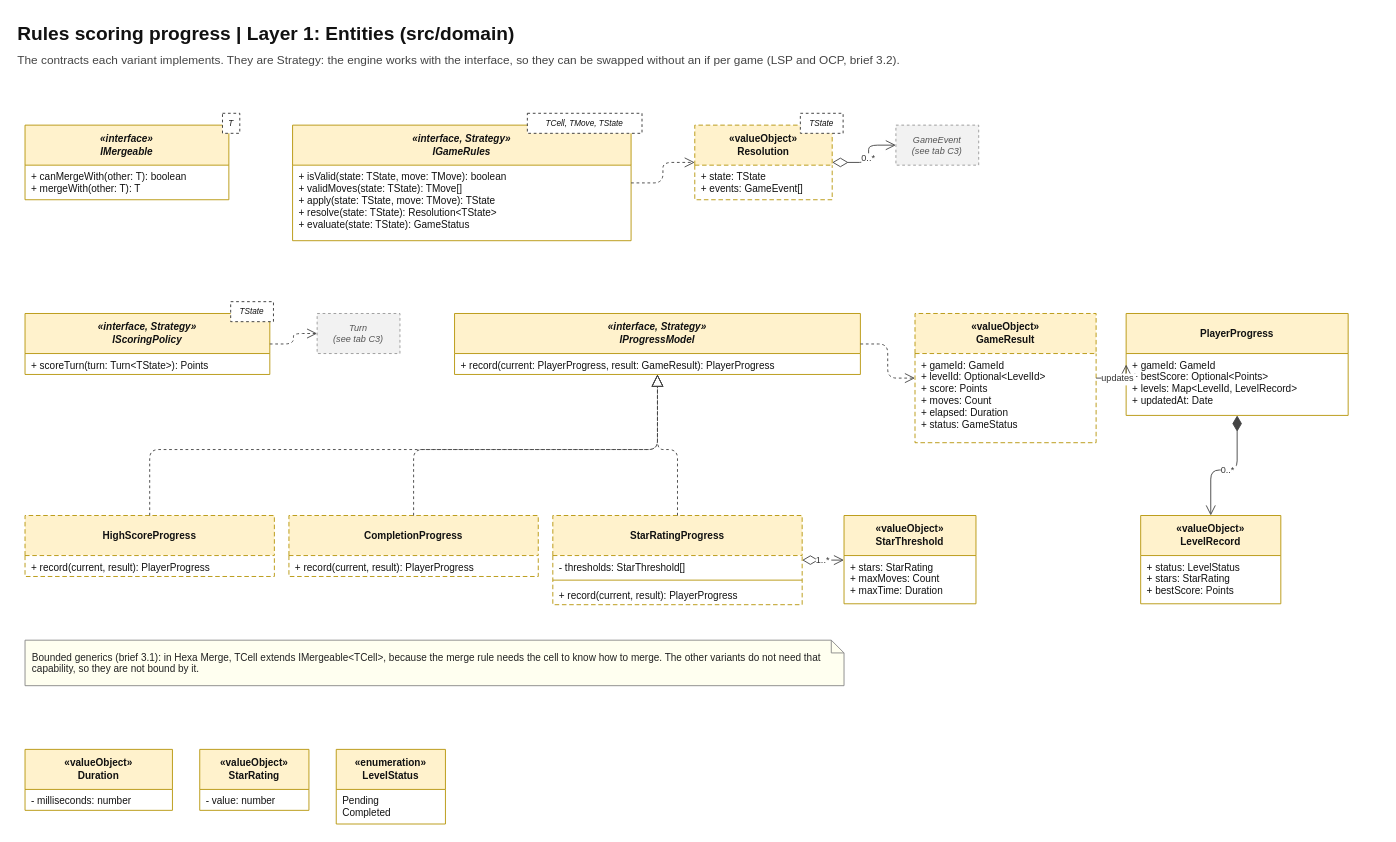
Earlier version of the draw.io diagram page "C4 Rules scoring progress" (6 of 22) of docs/diagrams/class-diagram.drawio (Ivifer1/hexablock-client). Source tidied: cells renumbered, new cells numbered last; positions are measured from the earlier drawing's top-left corner, leaving out a move shared by most shapes. Both pictures are drawn from the tidied source at 91%, with x=0, y=0 at pixel (15, 15).
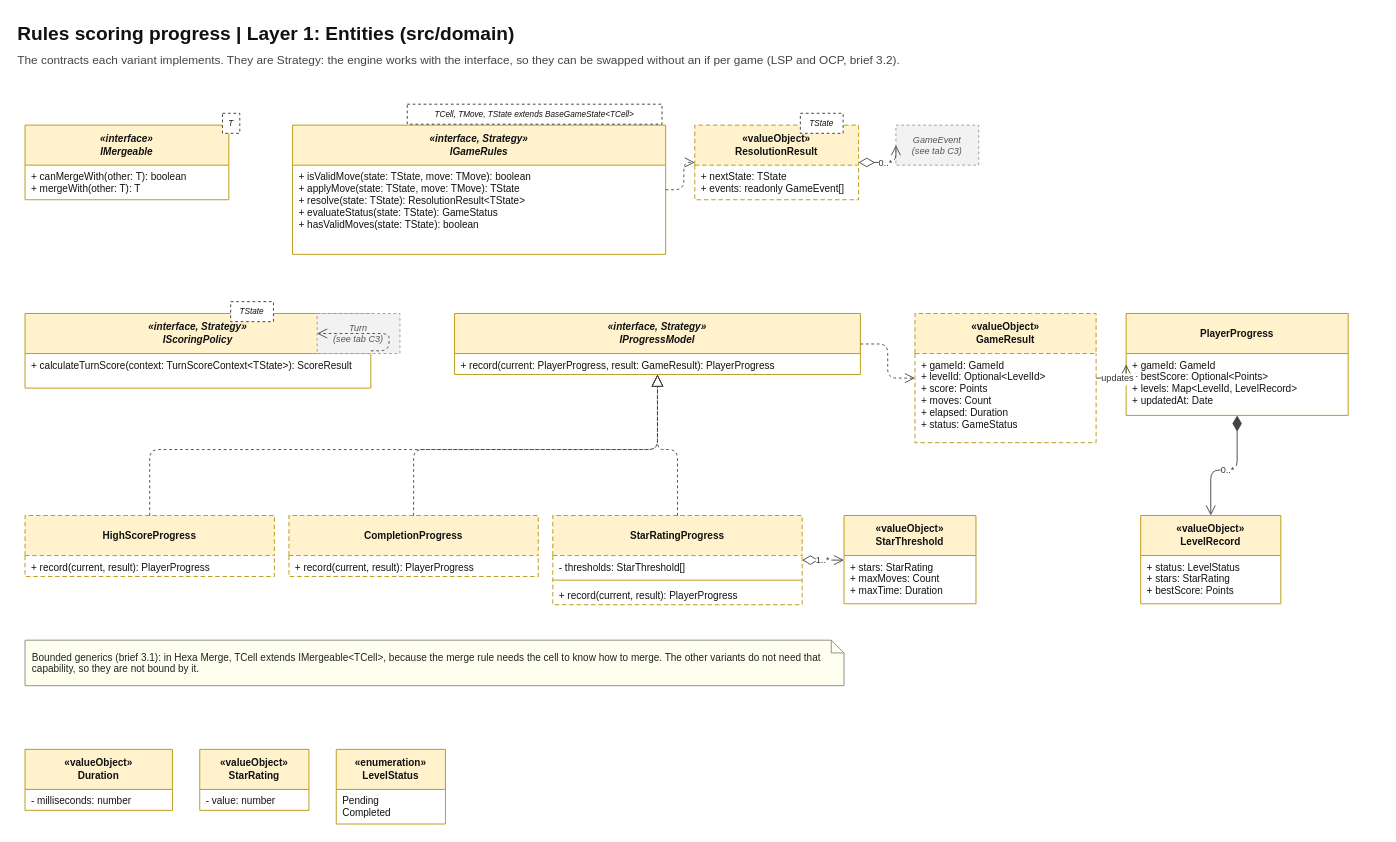
The same page after the edit.

Change to the diagram source:
```diff
@@
     <mxCell id="7" value="«interface, Strategy»&#10;IGameRules" style="swimlane;fontStyle=3;horizontal=1;startSize=44;whiteSpace=wrap;html=0;fillColor=#FFF2CC;swimlaneFillColor=#FFFFFF;strokeColor=#B7950B;fontSize=11;fontColor=#111111;" parent="1" vertex="1">
-      <mxGeometry x="304" y="120" width="372" height="127" as="geometry" />
+      <mxGeometry x="304" y="120" width="410" height="142" as="geometry" />
     </mxCell>
-    <mxCell id="8" value="+ isValid(state: TState, move: TMove): boolean&#10;+ validMoves(state: TState): TMove[]&#10;+ apply(state: TState, move: TMove): TState&#10;+ resolve(state: TState): Resolution&lt;TState&gt;&#10;+ evaluate(state: TState): GameStatus" style="text;strokeColor=none;fillColor=none;align=left;verticalAlign=top;spacingLeft=5;spacingRight=4;overflow=hidden;whiteSpace=nowrap;html=0;fontSize=11;fontColor=#111111;" parent="7" vertex="1">
-      <mxGeometry y="44" width="372" height="83" as="geometry" />
+    <mxCell id="8" value="+ isValidMove(state: TState, move: TMove): boolean&#10;+ applyMove(state: TState, move: TMove): TState&#10;+ resolve(state: TState): ResolutionResult&lt;TState&gt;&#10;+ evaluateStatus(state: TState): GameStatus&#10;+ hasValidMoves(state: TState): boolean" style="text;strokeColor=none;fillColor=none;align=left;verticalAlign=top;spacingLeft=5;spacingRight=4;overflow=hidden;whiteSpace=nowrap;html=0;fontSize=11;fontColor=#111111;" parent="7" vertex="1">
+      <mxGeometry y="44" width="410" height="98" as="geometry" />
     </mxCell>
-    <mxCell id="9" value="TCell, TMove, TState" style="rounded=0;whiteSpace=nowrap;html=0;dashed=1;fillColor=#FFFFFF;strokeColor=#333333;fontSize=9;fontColor=#111111;fontStyle=2;" parent="1" vertex="1">
-      <mxGeometry x="562" y="107" width="126" height="22" as="geometry" />
+    <mxCell id="9" value="TCell, TMove, TState extends BaseGameState&lt;TCell&gt;" style="rounded=0;whiteSpace=nowrap;html=0;dashed=1;fillColor=#FFFFFF;strokeColor=#333333;fontSize=9;fontColor=#111111;fontStyle=2;" parent="1" vertex="1">
+      <mxGeometry x="430" y="97" width="280" height="22" as="geometry" />
     </mxCell>
-    <mxCell id="10" value="«valueObject»&#10;Resolution" style="swimlane;fontStyle=1;horizontal=1;startSize=44;whiteSpace=wrap;html=0;fillColor=#FFF2CC;swimlaneFillColor=#FFFFFF;strokeColor=#B7950B;fontSize=11;fontColor=#111111;dashed=1;dashPattern=5 3;" parent="1" vertex="1">
-      <mxGeometry x="746" y="120" width="151" height="82" as="geometry" />
+    <mxCell id="10" value="«valueObject»&#10;ResolutionResult" style="swimlane;fontStyle=1;horizontal=1;startSize=44;whiteSpace=wrap;html=0;fillColor=#FFF2CC;swimlaneFillColor=#FFFFFF;strokeColor=#B7950B;fontSize=11;fontColor=#111111;dashed=1;dashPattern=5 3;" parent="1" vertex="1">
+      <mxGeometry x="746" y="120" width="180" height="82" as="geometry" />
     </mxCell>
-    <mxCell id="11" value="+ state: TState&#10;+ events: GameEvent[]" style="text;strokeColor=none;fillColor=none;align=left;verticalAlign=top;spacingLeft=5;spacingRight=4;overflow=hidden;whiteSpace=nowrap;html=0;fontSize=11;fontColor=#111111;" parent="10" vertex="1">
-      <mxGeometry y="44" width="151" height="38" as="geometry" />
+    <mxCell id="11" value="+ nextState: TState&#10;+ events: readonly GameEvent[]" style="text;strokeColor=none;fillColor=none;align=left;verticalAlign=top;spacingLeft=5;spacingRight=4;overflow=hidden;whiteSpace=nowrap;html=0;fontSize=11;fontColor=#111111;" parent="10" vertex="1">
+      <mxGeometry y="44" width="180" height="38" as="geometry" />
     </mxCell>
@@
     <mxCell id="14" value="«interface, Strategy»&#10;IScoringPolicy" style="swimlane;fontStyle=3;horizontal=1;startSize=44;whiteSpace=wrap;html=0;fillColor=#FFF2CC;swimlaneFillColor=#FFFFFF;strokeColor=#B7950B;fontSize=11;fontColor=#111111;" parent="1" vertex="1">
-      <mxGeometry x="10" y="327" width="269" height="67" as="geometry" />
+      <mxGeometry x="10" y="327" width="380" height="82" as="geometry" />
     </mxCell>
-    <mxCell id="15" value="+ scoreTurn(turn: Turn&lt;TState&gt;): Points" style="text;strokeColor=none;fillColor=none;align=left;verticalAlign=top;spacingLeft=5;spacingRight=4;overflow=hidden;whiteSpace=nowrap;html=0;fontSize=11;fontColor=#111111;" parent="14" vertex="1">
-      <mxGeometry y="44" width="269" height="23" as="geometry" />
+    <mxCell id="15" value="+ calculateTurnScore(context: TurnScoreContext&lt;TState&gt;): ScoreResult" style="text;strokeColor=none;fillColor=none;align=left;verticalAlign=top;spacingLeft=5;spacingRight=4;overflow=hidden;whiteSpace=nowrap;html=0;fontSize=11;fontColor=#111111;" parent="14" vertex="1">
+      <mxGeometry y="44" width="380" height="38" as="geometry" />
     </mxCell>
```
